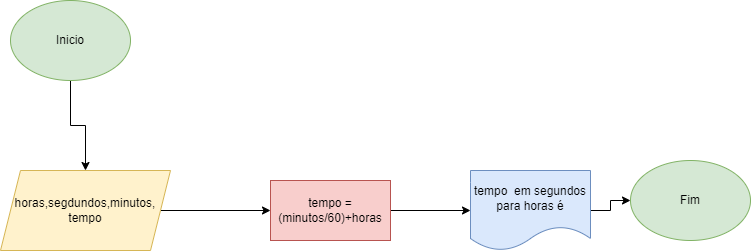
This is Fluxomesa/fluxograma/quintoexercicio.drawio.png from projvinipaiva/Aulas_de_algoritimo_PA_2022, a draw.io export, as it was before one commit. Source tidied: cells renumbered, new cells last; positions are measured from the earlier drawing's top-left corner, leaving out a move shared by most shapes.
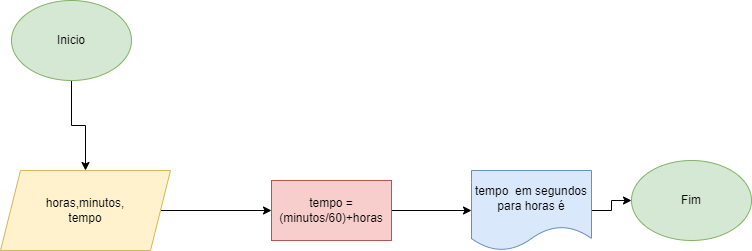
Above is the later version.

The edit, as a diff of the source:
```diff
@@ -11,8 +11,8 @@
     <mxCell id="4" style="edgeStyle=orthogonalEdgeStyle;rounded=0;jettySize=auto;html=1;" parent="1" edge="1" source="5" target="7">
       <mxGeometry relative="1" as="geometry" />
     </mxCell>
-    <mxCell id="5" value="horas,segdundos,minutos,&lt;br&gt;tempo" style="shape=parallelogram;perimeter=parallelogramPerimeter;whiteSpace=wrap;html=1;fixedSize=1;fillColor=#fff2cc;strokeColor=#d6b656;" parent="1" vertex="1">
-      <mxGeometry y="170" width="170" height="80" as="geometry" />
+    <mxCell id="5" value="horas,minutos,&lt;br&gt;tempo" style="shape=parallelogram;perimeter=parallelogramPerimeter;whiteSpace=wrap;html=1;fixedSize=1;fillColor=#fff2cc;strokeColor=#d6b656;" parent="1" vertex="1">
+      <mxGeometry x="-1" y="170" width="170" height="80" as="geometry" />
     </mxCell>
     <mxCell id="6" style="edgeStyle=orthogonalEdgeStyle;rounded=0;jettySize=auto;html=1;" parent="1" edge="1" source="7" target="9">
       <mxGeometry relative="1" as="geometry" />
```
